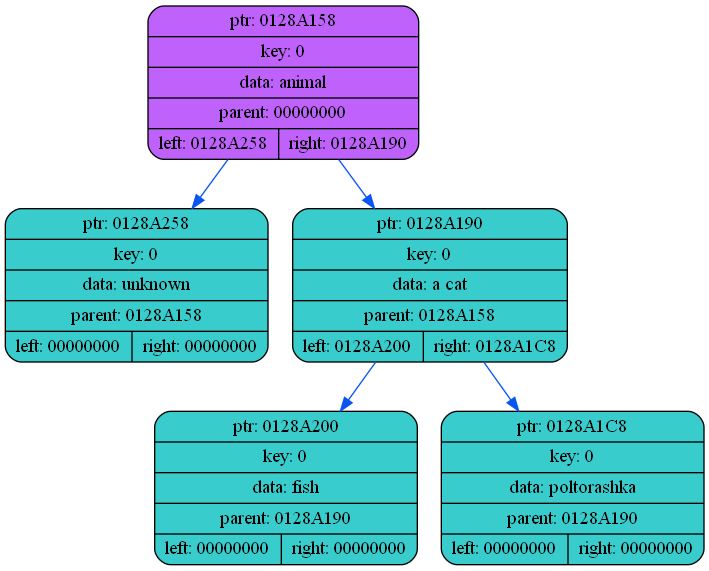
Before: dump/dump4.png, a diagram exported from Graphviz (coffee8cat/akinator). Its source is kept beside it as dump/dump4.dot.
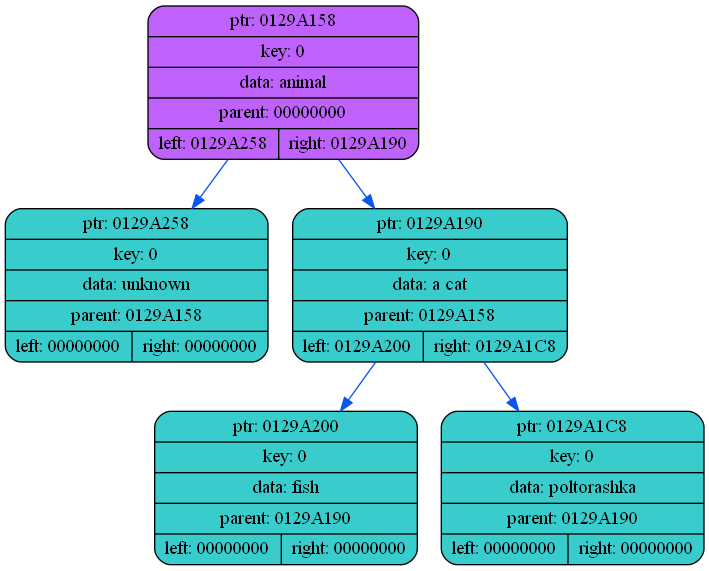
Above is the later version.

What changed in the source:
```diff
@@ -2,13 +2,13 @@
 {
     rankdir=TP
 
-        node0128A158[shape=record,style="rounded,filled",fillcolor="#BF62FC",label="{ ptr: 0128A158 | key: 0 | data: animal| parent: 00000000| { left: 0128A258 | right: 0128A190 }}"];
-    node0128A158 -> node0128A258[color="#0855F0"]
-    node0128A258[shape=record,style="rounded,filled",fillcolor="#39CCCC",label="{ ptr: 0128A258 | key: 0 | data: unknown| parent: 0128A158 | { left: 00000000 | right: 00000000 }}"];
-    node0128A158 -> node0128A190[color="#0855F0"]
-    node0128A190[shape=record,style="rounded,filled",fillcolor="#39CCCC",label="{ ptr: 0128A190 | key: 0 | data: a cat| parent: 0128A158 | { left: 0128A200 | right: 0128A1C8 }}"];
-    node0128A190 -> node0128A200[color="#0855F0"]
-    node0128A200[shape=record,style="rounded,filled",fillcolor="#39CCCC",label="{ ptr: 0128A200 | key: 0 | data: fish| parent: 0128A190 | { left: 00000000 | right: 00000000 }}"];
-    node0128A190 -> node0128A1C8[color="#0855F0"]
-    node0128A1C8[shape=record,style="rounded,filled",fillcolor="#39CCCC",label="{ ptr: 0128A1C8 | key: 0 | data: poltorashka| parent: 0128A190 | { left: 00000000 | right: 00000000 }}"];
+        node0129A158[shape=record,style="rounded,filled",fillcolor="#BF62FC",label="{ ptr: 0129A158 | key: 0 | data: animal| parent: 00000000| { left: 0129A258 | right: 0129A190 }}"];
+    node0129A158 -> node0129A258[color="#0855F0"]
+    node0129A258[shape=record,style="rounded,filled",fillcolor="#39CCCC",label="{ ptr: 0129A258 | key: 0 | data: unknown| parent: 0129A158 | { left: 00000000 | right: 00000000 }}"];
+    node0129A158 -> node0129A190[color="#0855F0"]
+    node0129A190[shape=record,style="rounded,filled",fillcolor="#39CCCC",label="{ ptr: 0129A190 | key: 0 | data: a cat| parent: 0129A158 | { left: 0129A200 | right: 0129A1C8 }}"];
+    node0129A190 -> node0129A200[color="#0855F0"]
+    node0129A200[shape=record,style="rounded,filled",fillcolor="#39CCCC",label="{ ptr: 0129A200 | key: 0 | data: fish| parent: 0129A190 | { left: 00000000 | right: 00000000 }}"];
+    node0129A190 -> node0129A1C8[color="#0855F0"]
+    node0129A1C8[shape=record,style="rounded,filled",fillcolor="#39CCCC",label="{ ptr: 0129A1C8 | key: 0 | data: poltorashka| parent: 0129A190 | { left: 00000000 | right: 00000000 }}"];
 }
```
